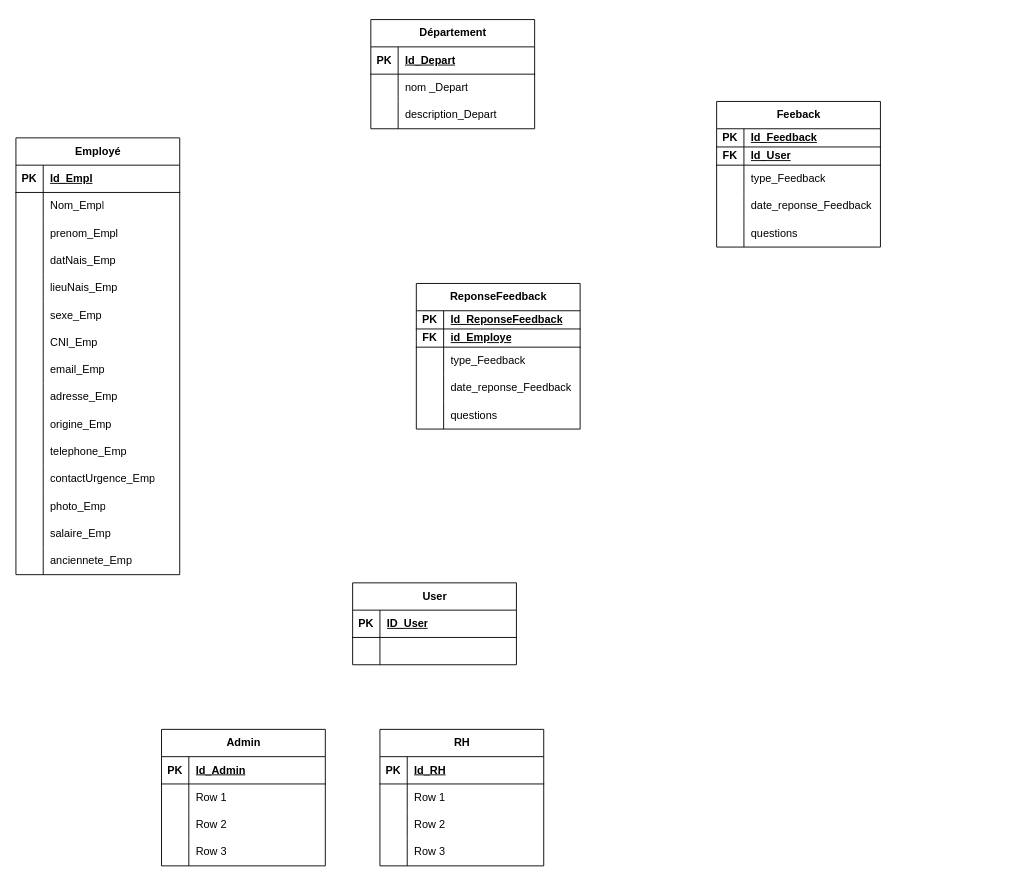
Before: MCD.drawio in DylanTigo/sitemap_retentionPro, a draw.io diagram. Source tidied: cells renumbered, new cells numbered last; positions are measured from the earlier drawing's top-left corner, leaving out a move shared by most shapes. Both pictures are drawn from the tidied source at 91%, with x=0, y=0 at pixel (15, 19).
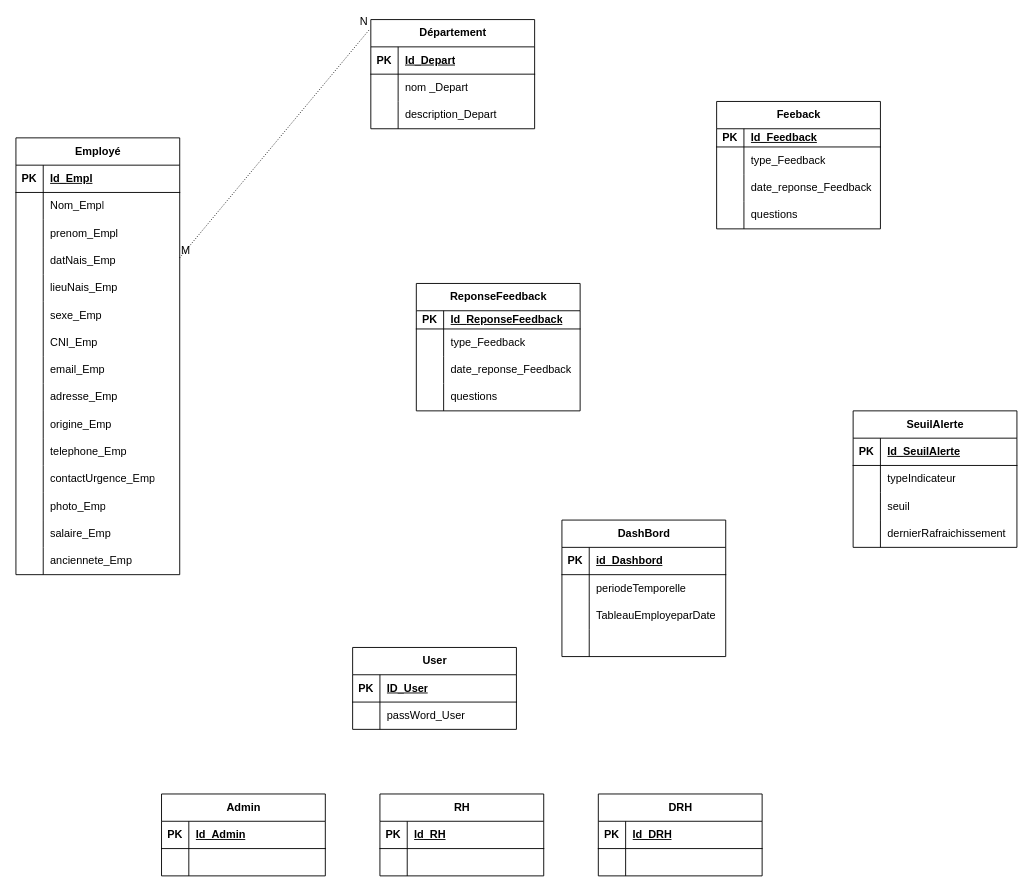
Above is the later version.

Commit message (it also covers changes not shown here):
Mettre à jour MCD.drawio

Unchanged cells that the change refers to:
```xml
<mxCell id="2" value="Employé" style="shape=table;startSize=30;childLayout=tableLayout;rowLines=0;fontStyle=1;align=center;html=1;" parent="1" vertex="1">
  <mxGeometry y="130" width="180" height="480" as="geometry" />
</mxCell>
<mxCell id="48" value="Département" style="shape=table;startSize=30;childLayout=tableLayout;rowLines=0;fontStyle=1;align=center;html=1;" parent="1" vertex="1">
  <mxGeometry x="390" width="180" height="120" as="geometry" />
</mxCell>
<mxCell id="78" style="shape=tableRow;horizontal=0;startSize=0;swimlaneHead=0;swimlaneBody=0;fillColor=none;top=0;left=0;right=0;bottom=0;" parent="74" vertex="1">
  <mxGeometry y="60" width="180" height="30" as="geometry" />
</mxCell>
```

Diff of the diagram source:
```diff
@@
     <mxCell id="58" value="Feeback" style="shape=table;startSize=30;childLayout=tableLayout;rowLines=0;fontStyle=1;align=center;html=1;" parent="1" vertex="1">
-      <mxGeometry x="770" y="90" width="180" height="160" as="geometry" />
+      <mxGeometry x="770" y="90" width="180" height="140" as="geometry" />
     </mxCell>
@@
-    <mxCell id="62" style="shape=tableRow;horizontal=0;startSize=0;swimlaneHead=0;swimlaneBody=0;fillColor=none;top=0;left=0;right=0;bottom=1;" parent="58" vertex="1">
-      <mxGeometry y="50" width="180" height="20" as="geometry" />
-    </mxCell>
-    <mxCell id="63" value="FK" style="shape=partialRectangle;fillColor=none;top=0;left=0;bottom=0;right=0;fontStyle=1;overflow=hidden;whiteSpace=wrap;html=1;" parent="62" vertex="1">
-      <mxGeometry width="30" height="20" as="geometry" />
-    </mxCell>
-    <mxCell id="64" value="Id_User" style="shape=partialRectangle;fillColor=none;top=0;left=0;bottom=0;right=0;align=left;spacingLeft=6;fontStyle=5;overflow=hidden;whiteSpace=wrap;html=1;" parent="62" vertex="1">
-      <mxGeometry x="30" width="150" height="20" as="geometry" />
-    </mxCell>
     <mxCell id="65" style="shape=tableRow;horizontal=0;startSize=0;swimlaneHead=0;swimlaneBody=0;fillColor=none;top=0;left=0;right=0;bottom=0;" parent="58" vertex="1">
-      <mxGeometry y="70" width="180" height="30" as="geometry" />
+      <mxGeometry y="50" width="180" height="30" as="geometry" />
     </mxCell>
@@
     <mxCell id="68" style="shape=tableRow;horizontal=0;startSize=0;swimlaneHead=0;swimlaneBody=0;fillColor=none;top=0;left=0;right=0;bottom=0;" parent="58" vertex="1">
-      <mxGeometry y="100" width="180" height="30" as="geometry" />
+      <mxGeometry y="80" width="180" height="30" as="geometry" />
     </mxCell>
@@
     <mxCell id="71" style="shape=tableRow;horizontal=0;startSize=0;swimlaneHead=0;swimlaneBody=0;fillColor=none;top=0;left=0;right=0;bottom=0;" parent="58" vertex="1">
-      <mxGeometry y="130" width="180" height="30" as="geometry" />
+      <mxGeometry y="110" width="180" height="30" as="geometry" />
     </mxCell>
@@
     <mxCell id="74" value="User" style="shape=table;startSize=30;childLayout=tableLayout;rowLines=0;fontStyle=1;align=center;html=1;" parent="1" vertex="1">
-      <mxGeometry x="370" y="619" width="180" height="90" as="geometry" />
+      <mxGeometry x="370" y="690" width="180" height="90" as="geometry" />
     </mxCell>
@@
-    <mxCell id="80" style="shape=partialRectangle;fillColor=none;top=0;left=0;bottom=0;right=0;align=left;spacingLeft=6;overflow=hidden;whiteSpace=wrap;html=1;" parent="78" vertex="1">
+    <mxCell id="80" value="passWord_User" style="shape=partialRectangle;fillColor=none;top=0;left=0;bottom=0;right=0;align=left;spacingLeft=6;overflow=hidden;whiteSpace=wrap;html=1;" parent="78" vertex="1">
       <mxGeometry x="30" width="150" height="30" as="geometry" />
     </mxCell>
     <mxCell id="81" value="ReponseFeedback" style="shape=table;startSize=30;childLayout=tableLayout;rowLines=0;fontStyle=1;align=center;html=1;" parent="1" vertex="1">
-      <mxGeometry x="440" y="290" width="180" height="160" as="geometry" />
+      <mxGeometry x="440" y="290" width="180" height="140" as="geometry" />
     </mxCell>
@@
-    <mxCell id="85" style="shape=tableRow;horizontal=0;startSize=0;swimlaneHead=0;swimlaneBody=0;fillColor=none;top=0;left=0;right=0;bottom=1;" parent="81" vertex="1">
-      <mxGeometry y="50" width="180" height="20" as="geometry" />
-    </mxCell>
-    <mxCell id="86" value="FK" style="shape=partialRectangle;fillColor=none;top=0;left=0;bottom=0;right=0;fontStyle=1;overflow=hidden;whiteSpace=wrap;html=1;" parent="85" vertex="1">
-      <mxGeometry width="30" height="20" as="geometry" />
-    </mxCell>
-    <mxCell id="87" value="id_Employe" style="shape=partialRectangle;fillColor=none;top=0;left=0;bottom=0;right=0;align=left;spacingLeft=6;fontStyle=5;overflow=hidden;whiteSpace=wrap;html=1;" parent="85" vertex="1">
-      <mxGeometry x="30" width="150" height="20" as="geometry" />
-    </mxCell>
     <mxCell id="88" style="shape=tableRow;horizontal=0;startSize=0;swimlaneHead=0;swimlaneBody=0;fillColor=none;top=0;left=0;right=0;bottom=0;" parent="81" vertex="1">
-      <mxGeometry y="70" width="180" height="30" as="geometry" />
+      <mxGeometry y="50" width="180" height="30" as="geometry" />
     </mxCell>
@@
     <mxCell id="91" style="shape=tableRow;horizontal=0;startSize=0;swimlaneHead=0;swimlaneBody=0;fillColor=none;top=0;left=0;right=0;bottom=0;" parent="81" vertex="1">
-      <mxGeometry y="100" width="180" height="30" as="geometry" />
+      <mxGeometry y="80" width="180" height="30" as="geometry" />
     </mxCell>
@@
     <mxCell id="94" style="shape=tableRow;horizontal=0;startSize=0;swimlaneHead=0;swimlaneBody=0;fillColor=none;top=0;left=0;right=0;bottom=0;" parent="81" vertex="1">
-      <mxGeometry y="130" width="180" height="30" as="geometry" />
+      <mxGeometry y="110" width="180" height="30" as="geometry" />
     </mxCell>
@@
     <mxCell id="97" value="Admin" style="shape=table;startSize=30;childLayout=tableLayout;rowLines=0;fontStyle=1;align=center;html=1;" parent="1" vertex="1">
-      <mxGeometry x="160" y="780" width="180" height="150" as="geometry" />
+      <mxGeometry x="160" y="851" width="180" height="90" as="geometry" />
     </mxCell>
@@
-    <mxCell id="101" style="shape=tableRow;horizontal=0;startSize=0;swimlaneHead=0;swimlaneBody=0;fillColor=none;top=0;left=0;right=0;bottom=0;" parent="97" vertex="1">
-      <mxGeometry y="60" width="180" height="30" as="geometry" />
-    </mxCell>
-    <mxCell id="102" style="shape=partialRectangle;fillColor=none;top=0;left=0;bottom=0;right=0;overflow=hidden;whiteSpace=wrap;html=1;" parent="101" vertex="1">
-      <mxGeometry width="30" height="30" as="geometry" />
-    </mxCell>
-    <mxCell id="103" value="Row 1" style="shape=partialRectangle;fillColor=none;top=0;left=0;bottom=0;right=0;align=left;spacingLeft=6;overflow=hidden;whiteSpace=wrap;html=1;" parent="101" vertex="1">
-      <mxGeometry x="30" width="150" height="30" as="geometry" />
-    </mxCell>
-    <mxCell id="104" style="shape=tableRow;horizontal=0;startSize=0;swimlaneHead=0;swimlaneBody=0;fillColor=none;top=0;left=0;right=0;bottom=0;" parent="97" vertex="1">
-      <mxGeometry y="90" width="180" height="30" as="geometry" />
-    </mxCell>
-    <mxCell id="105" style="shape=partialRectangle;fillColor=none;top=0;left=0;bottom=0;right=0;overflow=hidden;whiteSpace=wrap;html=1;" parent="104" vertex="1">
-      <mxGeometry width="30" height="30" as="geometry" />
-    </mxCell>
-    <mxCell id="106" value="Row 2" style="shape=partialRectangle;fillColor=none;top=0;left=0;bottom=0;right=0;align=left;spacingLeft=6;overflow=hidden;whiteSpace=wrap;html=1;" parent="104" vertex="1">
-      <mxGeometry x="30" width="150" height="30" as="geometry" />
-    </mxCell>
     <mxCell id="107" style="shape=tableRow;horizontal=0;startSize=0;swimlaneHead=0;swimlaneBody=0;fillColor=none;top=0;left=0;right=0;bottom=0;" parent="97" vertex="1">
-      <mxGeometry y="120" width="180" height="30" as="geometry" />
+      <mxGeometry y="60" width="180" height="30" as="geometry" />
     </mxCell>
@@
-    <mxCell id="109" value="Row 3" style="shape=partialRectangle;fillColor=none;top=0;left=0;bottom=0;right=0;align=left;spacingLeft=6;overflow=hidden;whiteSpace=wrap;html=1;" parent="107" vertex="1">
+    <mxCell id="109" style="shape=partialRectangle;fillColor=none;top=0;left=0;bottom=0;right=0;align=left;spacingLeft=6;overflow=hidden;whiteSpace=wrap;html=1;" parent="107" vertex="1">
       <mxGeometry x="30" width="150" height="30" as="geometry" />
     </mxCell>
     <mxCell id="110" value="RH" style="shape=table;startSize=30;childLayout=tableLayout;rowLines=0;fontStyle=1;align=center;html=1;" parent="1" vertex="1">
-      <mxGeometry x="400" y="780" width="180" height="150" as="geometry" />
+      <mxGeometry x="400" y="851" width="180" height="90" as="geometry" />
     </mxCell>
@@
-    <mxCell id="114" style="shape=tableRow;horizontal=0;startSize=0;swimlaneHead=0;swimlaneBody=0;fillColor=none;top=0;left=0;right=0;bottom=0;" parent="110" vertex="1">
-      <mxGeometry y="60" width="180" height="30" as="geometry" />
-    </mxCell>
-    <mxCell id="115" style="shape=partialRectangle;fillColor=none;top=0;left=0;bottom=0;right=0;overflow=hidden;whiteSpace=wrap;html=1;" parent="114" vertex="1">
-      <mxGeometry width="30" height="30" as="geometry" />
-    </mxCell>
-    <mxCell id="116" value="Row 1" style="shape=partialRectangle;fillColor=none;top=0;left=0;bottom=0;right=0;align=left;spacingLeft=6;overflow=hidden;whiteSpace=wrap;html=1;" parent="114" vertex="1">
-      <mxGeometry x="30" width="150" height="30" as="geometry" />
-    </mxCell>
-    <mxCell id="117" style="shape=tableRow;horizontal=0;startSize=0;swimlaneHead=0;swimlaneBody=0;fillColor=none;top=0;left=0;right=0;bottom=0;" parent="110" vertex="1">
-      <mxGeometry y="90" width="180" height="30" as="geometry" />
-    </mxCell>
-    <mxCell id="118" style="shape=partialRectangle;fillColor=none;top=0;left=0;bottom=0;right=0;overflow=hidden;whiteSpace=wrap;html=1;" parent="117" vertex="1">
-      <mxGeometry width="30" height="30" as="geometry" />
-    </mxCell>
-    <mxCell id="119" value="Row 2" style="shape=partialRectangle;fillColor=none;top=0;left=0;bottom=0;right=0;align=left;spacingLeft=6;overflow=hidden;whiteSpace=wrap;html=1;" parent="117" vertex="1">
-      <mxGeometry x="30" width="150" height="30" as="geometry" />
-    </mxCell>
     <mxCell id="120" style="shape=tableRow;horizontal=0;startSize=0;swimlaneHead=0;swimlaneBody=0;fillColor=none;top=0;left=0;right=0;bottom=0;" parent="110" vertex="1">
-      <mxGeometry y="120" width="180" height="30" as="geometry" />
+      <mxGeometry y="60" width="180" height="30" as="geometry" />
     </mxCell>
@@
-    <mxCell id="122" value="Row 3" style="shape=partialRectangle;fillColor=none;top=0;left=0;bottom=0;right=0;align=left;spacingLeft=6;overflow=hidden;whiteSpace=wrap;html=1;" parent="120" vertex="1">
+    <mxCell id="122" style="shape=partialRectangle;fillColor=none;top=0;left=0;bottom=0;right=0;align=left;spacingLeft=6;overflow=hidden;whiteSpace=wrap;html=1;" parent="120" vertex="1">
       <mxGeometry x="30" width="150" height="30" as="geometry" />
     </mxCell>
+    <mxCell id="123" value="DRH" style="shape=table;startSize=30;childLayout=tableLayout;rowLines=0;fontStyle=1;align=center;html=1;" parent="1" vertex="1">
+      <mxGeometry x="640" y="851" width="180" height="90" as="geometry" />
+    </mxCell>
+    <mxCell id="124" style="shape=tableRow;horizontal=0;startSize=0;swimlaneHead=0;swimlaneBody=0;fillColor=none;top=0;left=0;right=0;bottom=1;" parent="123" vertex="1">
+      <mxGeometry y="30" width="180" height="30" as="geometry" />
+    </mxCell>
+    <mxCell id="125" value="PK" style="shape=partialRectangle;fillColor=none;top=0;left=0;bottom=0;right=0;fontStyle=1;overflow=hidden;whiteSpace=wrap;html=1;" parent="124" vertex="1">
+      <mxGeometry width="30" height="30" as="geometry" />
+    </mxCell>
+    <mxCell id="126" value="Id_DRH" style="shape=partialRectangle;fillColor=none;top=0;left=0;bottom=0;right=0;align=left;spacingLeft=6;fontStyle=5;overflow=hidden;whiteSpace=wrap;html=1;" parent="124" vertex="1">
+      <mxGeometry x="30" width="150" height="30" as="geometry" />
+    </mxCell>
+    <mxCell id="127" style="shape=tableRow;horizontal=0;startSize=0;swimlaneHead=0;swimlaneBody=0;fillColor=none;top=0;left=0;right=0;bottom=0;" parent="123" vertex="1">
+      <mxGeometry y="60" width="180" height="30" as="geometry" />
+    </mxCell>
+    <mxCell id="128" style="shape=partialRectangle;fillColor=none;top=0;left=0;bottom=0;right=0;overflow=hidden;whiteSpace=wrap;html=1;" parent="127" vertex="1">
+      <mxGeometry width="30" height="30" as="geometry" />
+    </mxCell>
+    <mxCell id="129" style="shape=partialRectangle;fillColor=none;top=0;left=0;bottom=0;right=0;align=left;spacingLeft=6;overflow=hidden;whiteSpace=wrap;html=1;" parent="127" vertex="1">
+      <mxGeometry x="30" width="150" height="30" as="geometry" />
+    </mxCell>
+    <mxCell id="130" value="DashBord" style="shape=table;startSize=30;childLayout=tableLayout;rowLines=0;fontStyle=1;align=center;html=1;" parent="1" vertex="1">
+      <mxGeometry x="600" y="550" width="180" height="150" as="geometry" />
+    </mxCell>
+    <mxCell id="131" style="shape=tableRow;horizontal=0;startSize=0;swimlaneHead=0;swimlaneBody=0;fillColor=none;top=0;left=0;right=0;bottom=1;" parent="130" vertex="1">
+      <mxGeometry y="30" width="180" height="30" as="geometry" />
+    </mxCell>
+    <mxCell id="132" value="PK" style="shape=partialRectangle;fillColor=none;top=0;left=0;bottom=0;right=0;fontStyle=1;overflow=hidden;whiteSpace=wrap;html=1;" parent="131" vertex="1">
+      <mxGeometry width="30" height="30" as="geometry" />
+    </mxCell>
+    <mxCell id="133" value="id_Dashbord" style="shape=partialRectangle;fillColor=none;top=0;left=0;bottom=0;right=0;align=left;spacingLeft=6;fontStyle=5;overflow=hidden;whiteSpace=wrap;html=1;" parent="131" vertex="1">
+      <mxGeometry x="30" width="150" height="30" as="geometry" />
+    </mxCell>
+    <mxCell id="134" style="shape=tableRow;horizontal=0;startSize=0;swimlaneHead=0;swimlaneBody=0;fillColor=none;top=0;left=0;right=0;bottom=0;" parent="130" vertex="1">
+      <mxGeometry y="60" width="180" height="30" as="geometry" />
+    </mxCell>
+    <mxCell id="135" style="shape=partialRectangle;fillColor=none;top=0;left=0;bottom=0;right=0;overflow=hidden;whiteSpace=wrap;html=1;" parent="134" vertex="1">
+      <mxGeometry width="30" height="30" as="geometry" />
+    </mxCell>
+    <mxCell id="136" value="periodeTemporelle" style="shape=partialRectangle;fillColor=none;top=0;left=0;bottom=0;right=0;align=left;spacingLeft=6;overflow=hidden;whiteSpace=wrap;html=1;" parent="134" vertex="1">
+      <mxGeometry x="30" width="150" height="30" as="geometry" />
+    </mxCell>
+    <mxCell id="137" style="shape=tableRow;horizontal=0;startSize=0;swimlaneHead=0;swimlaneBody=0;fillColor=none;top=0;left=0;right=0;bottom=0;" parent="130" vertex="1">
+      <mxGeometry y="90" width="180" height="30" as="geometry" />
+    </mxCell>
+    <mxCell id="138" style="shape=partialRectangle;fillColor=none;top=0;left=0;bottom=0;right=0;overflow=hidden;whiteSpace=wrap;html=1;" parent="137" vertex="1">
+      <mxGeometry width="30" height="30" as="geometry" />
+    </mxCell>
+    <mxCell id="139" value="TableauEmployeparDate" style="shape=partialRectangle;fillColor=none;top=0;left=0;bottom=0;right=0;align=left;spacingLeft=6;overflow=hidden;whiteSpace=wrap;html=1;" parent="137" vertex="1">
+      <mxGeometry x="30" width="150" height="30" as="geometry" />
+    </mxCell>
+    <mxCell id="140" style="shape=tableRow;horizontal=0;startSize=0;swimlaneHead=0;swimlaneBody=0;fillColor=none;top=0;left=0;right=0;bottom=0;" parent="130" vertex="1">
+      <mxGeometry y="120" width="180" height="30" as="geometry" />
+    </mxCell>
+    <mxCell id="141" style="shape=partialRectangle;fillColor=none;top=0;left=0;bottom=0;right=0;overflow=hidden;whiteSpace=wrap;html=1;" parent="140" vertex="1">
+      <mxGeometry width="30" height="30" as="geometry" />
+    </mxCell>
+    <mxCell id="142" value="&amp;nbsp;" style="shape=partialRectangle;fillColor=none;top=0;left=0;bottom=0;right=0;align=left;spacingLeft=6;overflow=hidden;whiteSpace=wrap;html=1;" parent="140" vertex="1">
+      <mxGeometry x="30" width="150" height="30" as="geometry" />
+    </mxCell>
+    <mxCell id="143" value="SeuilAlerte" style="shape=table;startSize=30;childLayout=tableLayout;rowLines=0;fontStyle=1;align=center;html=1;" parent="1" vertex="1">
+      <mxGeometry x="920" y="430" width="180" height="150" as="geometry" />
+    </mxCell>
+    <mxCell id="144" style="shape=tableRow;horizontal=0;startSize=0;swimlaneHead=0;swimlaneBody=0;fillColor=none;top=0;left=0;right=0;bottom=1;" parent="143" vertex="1">
+      <mxGeometry y="30" width="180" height="30" as="geometry" />
+    </mxCell>
+    <mxCell id="145" value="PK" style="shape=partialRectangle;fillColor=none;top=0;left=0;bottom=0;right=0;fontStyle=1;overflow=hidden;whiteSpace=wrap;html=1;" parent="144" vertex="1">
+      <mxGeometry width="30" height="30" as="geometry" />
+    </mxCell>
+    <mxCell id="146" value="Id_SeuilAlerte" style="shape=partialRectangle;fillColor=none;top=0;left=0;bottom=0;right=0;align=left;spacingLeft=6;fontStyle=5;overflow=hidden;whiteSpace=wrap;html=1;" parent="144" vertex="1">
+      <mxGeometry x="30" width="150" height="30" as="geometry" />
+    </mxCell>
+    <mxCell id="147" style="shape=tableRow;horizontal=0;startSize=0;swimlaneHead=0;swimlaneBody=0;fillColor=none;top=0;left=0;right=0;bottom=0;" parent="143" vertex="1">
+      <mxGeometry y="60" width="180" height="30" as="geometry" />
+    </mxCell>
+    <mxCell id="148" style="shape=partialRectangle;fillColor=none;top=0;left=0;bottom=0;right=0;overflow=hidden;whiteSpace=wrap;html=1;" parent="147" vertex="1">
+      <mxGeometry width="30" height="30" as="geometry" />
+    </mxCell>
+    <mxCell id="149" value="typeIndicateur" style="shape=partialRectangle;fillColor=none;top=0;left=0;bottom=0;right=0;align=left;spacingLeft=6;overflow=hidden;whiteSpace=wrap;html=1;" parent="147" vertex="1">
+      <mxGeometry x="30" width="150" height="30" as="geometry" />
+    </mxCell>
+    <mxCell id="150" style="shape=tableRow;horizontal=0;startSize=0;swimlaneHead=0;swimlaneBody=0;fillColor=none;top=0;left=0;right=0;bottom=0;" parent="143" vertex="1">
+      <mxGeometry y="90" width="180" height="30" as="geometry" />
+    </mxCell>
+    <mxCell id="151" style="shape=partialRectangle;fillColor=none;top=0;left=0;bottom=0;right=0;overflow=hidden;whiteSpace=wrap;html=1;" parent="150" vertex="1">
+      <mxGeometry width="30" height="30" as="geometry" />
+    </mxCell>
+    <mxCell id="152" value="seuil&amp;nbsp;" style="shape=partialRectangle;fillColor=none;top=0;left=0;bottom=0;right=0;align=left;spacingLeft=6;overflow=hidden;whiteSpace=wrap;html=1;" parent="150" vertex="1">
+      <mxGeometry x="30" width="150" height="30" as="geometry" />
+    </mxCell>
+    <mxCell id="153" style="shape=tableRow;horizontal=0;startSize=0;swimlaneHead=0;swimlaneBody=0;fillColor=none;top=0;left=0;right=0;bottom=0;" parent="143" vertex="1">
+      <mxGeometry y="120" width="180" height="30" as="geometry" />
+    </mxCell>
+    <mxCell id="154" style="shape=partialRectangle;fillColor=none;top=0;left=0;bottom=0;right=0;overflow=hidden;whiteSpace=wrap;html=1;" parent="153" vertex="1">
+      <mxGeometry width="30" height="30" as="geometry" />
+    </mxCell>
+    <mxCell id="155" value="dernierRafraichissement&amp;nbsp;" style="shape=partialRectangle;fillColor=none;top=0;left=0;bottom=0;right=0;align=left;spacingLeft=6;overflow=hidden;whiteSpace=wrap;html=1;" parent="153" vertex="1">
+      <mxGeometry x="30" width="150" height="30" as="geometry" />
+    </mxCell>
+    <mxCell id="156" style="endArrow=none;html=1;rounded=0;dashed=1;dashPattern=1 2;entryX=-0.01;entryY=0.094;entryDx=0;entryDy=0;entryPerimeter=0;" parent="1" edge="1" source="2" target="48">
+      <mxGeometry relative="1" as="geometry" />
+    </mxCell>
+    <mxCell id="157" value="M" style="html=1;whiteSpace=wrap;align=left;verticalAlign=bottom;direction=south;" parent="156" vertex="1">
+      <mxGeometry x="-1" relative="1" as="geometry" />
+    </mxCell>
+    <mxCell id="158" value="N" style="html=1;whiteSpace=wrap;align=right;verticalAlign=bottom;" parent="156" vertex="1">
+      <mxGeometry x="1" relative="1" as="geometry" />
+    </mxCell>
```
